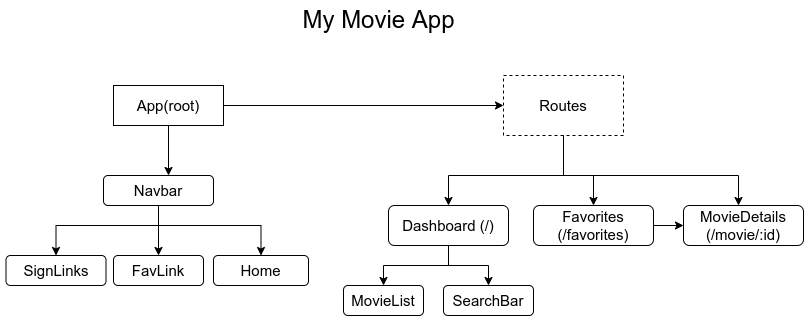
Earlier version of the draw.io export public/flowchart.png (lombana-camilo/fav-movies). Source tidied: cells renumbered, new cells last; positions are measured from the earlier drawing's top-left corner, leaving out a move shared by most shapes. Its diagram source:
```xml
<mxGraphModel>
  <root>
    <mxCell id="0" />
    <mxCell id="1" parent="0" />
    <mxCell id="2" value="&lt;font style=&quot;font-size: 24px;&quot;&gt;My Movie App&lt;/font&gt;" style="text;html=1;align=center;verticalAlign=middle;fillColor=none;strokeColor=none;rounded=0;fontSize=24;" parent="1" vertex="1">
      <mxGeometry x="288" width="170" height="30" as="geometry" />
    </mxCell>
    <mxCell id="3" style="edgeStyle=orthogonalEdgeStyle;rounded=0;jettySize=auto;html=1;fontSize=15;" parent="1" edge="1" source="5">
      <mxGeometry relative="1" as="geometry">
        <mxPoint x="163" y="170" as="targetPoint" />
      </mxGeometry>
    </mxCell>
    <mxCell id="4" style="edgeStyle=orthogonalEdgeStyle;rounded=0;jettySize=auto;html=1;entryX=0;entryY=0.5;entryDx=0;entryDy=0;fontSize=15;" parent="1" edge="1" source="5" target="16">
      <mxGeometry relative="1" as="geometry" />
    </mxCell>
    <mxCell id="5" value="App(root)" style="rounded=0;whiteSpace=wrap;html=1;fontSize=15;" parent="1" vertex="1">
      <mxGeometry x="108" y="80" width="110" height="40" as="geometry" />
    </mxCell>
    <mxCell id="6" style="edgeStyle=orthogonalEdgeStyle;rounded=0;jettySize=auto;html=1;fontSize=15;entryX=0.5;entryY=0;entryDx=0;entryDy=0;" parent="1" edge="1" source="9" target="12">
      <mxGeometry relative="1" as="geometry" />
    </mxCell>
    <mxCell id="7" style="edgeStyle=orthogonalEdgeStyle;rounded=0;jettySize=auto;html=1;entryX=0.5;entryY=0;entryDx=0;entryDy=0;fontSize=15;" parent="1" edge="1" source="9" target="11">
      <mxGeometry relative="1" as="geometry">
        <Array as="points">
          <mxPoint x="153" y="220" />
          <mxPoint x="256" y="220" />
        </Array>
      </mxGeometry>
    </mxCell>
    <mxCell id="8" style="edgeStyle=orthogonalEdgeStyle;rounded=0;jettySize=auto;html=1;entryX=0.5;entryY=0;entryDx=0;entryDy=0;fontSize=24;" parent="1" edge="1" source="9" target="10">
      <mxGeometry relative="1" as="geometry">
        <Array as="points">
          <mxPoint x="153" y="220" />
          <mxPoint x="51" y="220" />
        </Array>
      </mxGeometry>
    </mxCell>
    <mxCell id="9" value="Navbar" style="rounded=1;whiteSpace=wrap;html=1;fontSize=15;" parent="1" vertex="1">
      <mxGeometry x="98" y="170" width="110" height="30" as="geometry" />
    </mxCell>
    <mxCell id="10" value="SignLinks" style="rounded=1;whiteSpace=wrap;html=1;fontSize=15;" parent="1" vertex="1">
      <mxGeometry x="0.5" y="250" width="100" height="30" as="geometry" />
    </mxCell>
    <mxCell id="11" value="Home" style="rounded=1;whiteSpace=wrap;html=1;fontSize=15;" parent="1" vertex="1">
      <mxGeometry x="208" y="250" width="95" height="30" as="geometry" />
    </mxCell>
    <mxCell id="12" value="FavLink" style="rounded=1;whiteSpace=wrap;html=1;fontSize=15;" parent="1" vertex="1">
      <mxGeometry x="108" y="250" width="90" height="30" as="geometry" />
    </mxCell>
    <mxCell id="13" style="edgeStyle=orthogonalEdgeStyle;rounded=0;jettySize=auto;html=1;entryX=0.5;entryY=0;entryDx=0;entryDy=0;fontSize=15;" parent="1" edge="1" source="16" target="19">
      <mxGeometry relative="1" as="geometry">
        <Array as="points">
          <mxPoint x="558" y="170" />
          <mxPoint x="443" y="170" />
        </Array>
      </mxGeometry>
    </mxCell>
    <mxCell id="14" style="edgeStyle=orthogonalEdgeStyle;rounded=0;jettySize=auto;html=1;fontSize=15;" parent="1" edge="1" source="16" target="20">
      <mxGeometry relative="1" as="geometry">
        <Array as="points">
          <mxPoint x="558" y="170" />
          <mxPoint x="733" y="170" />
        </Array>
      </mxGeometry>
    </mxCell>
    <mxCell id="15" style="edgeStyle=orthogonalEdgeStyle;rounded=0;jettySize=auto;html=1;entryX=0.5;entryY=0;entryDx=0;entryDy=0;fontSize=24;" parent="1" edge="1" source="16" target="22">
      <mxGeometry relative="1" as="geometry">
        <Array as="points">
          <mxPoint x="558" y="170" />
          <mxPoint x="588" y="170" />
        </Array>
      </mxGeometry>
    </mxCell>
    <mxCell id="16" value="Routes" style="rounded=0;whiteSpace=wrap;html=1;fontSize=15;fillColor=none;dashed=1;" parent="1" vertex="1">
      <mxGeometry x="498" y="70" width="120" height="60" as="geometry" />
    </mxCell>
    <mxCell id="17" style="edgeStyle=orthogonalEdgeStyle;rounded=0;jettySize=auto;html=1;entryX=0.5;entryY=0;entryDx=0;entryDy=0;fontSize=15;" parent="1" edge="1" source="19" target="23">
      <mxGeometry relative="1" as="geometry" />
    </mxCell>
    <mxCell id="18" style="edgeStyle=orthogonalEdgeStyle;rounded=0;jettySize=auto;html=1;entryX=0.5;entryY=0;entryDx=0;entryDy=0;fontSize=15;" parent="1" edge="1" source="19" target="24">
      <mxGeometry relative="1" as="geometry" />
    </mxCell>
    <mxCell id="19" value="Dashboard (/)" style="rounded=1;whiteSpace=wrap;html=1;fontSize=15;" parent="1" vertex="1">
      <mxGeometry x="383" y="200" width="120" height="40" as="geometry" />
    </mxCell>
    <mxCell id="20" value="MovieDetails (/movie/:id)" style="rounded=1;whiteSpace=wrap;html=1;fontSize=15;" parent="1" vertex="1">
      <mxGeometry x="678" y="200" width="120" height="40" as="geometry" />
    </mxCell>
    <mxCell id="21" style="edgeStyle=orthogonalEdgeStyle;rounded=0;jettySize=auto;html=1;fontSize=15;" parent="1" edge="1" source="22" target="20">
      <mxGeometry relative="1" as="geometry" />
    </mxCell>
    <mxCell id="22" value="Favorites (/favorites)" style="rounded=1;whiteSpace=wrap;html=1;fontSize=15;" parent="1" vertex="1">
      <mxGeometry x="528" y="200" width="120" height="40" as="geometry" />
    </mxCell>
    <mxCell id="23" value="MovieList" style="rounded=1;whiteSpace=wrap;html=1;fontSize=15;" parent="1" vertex="1">
      <mxGeometry x="338" y="280" width="80" height="30" as="geometry" />
    </mxCell>
    <mxCell id="24" value="SearchBar" style="rounded=1;whiteSpace=wrap;html=1;fontSize=15;" parent="1" vertex="1">
      <mxGeometry x="438" y="280" width="90" height="30" as="geometry" />
    </mxCell>
  </root>
</mxGraphModel>
```
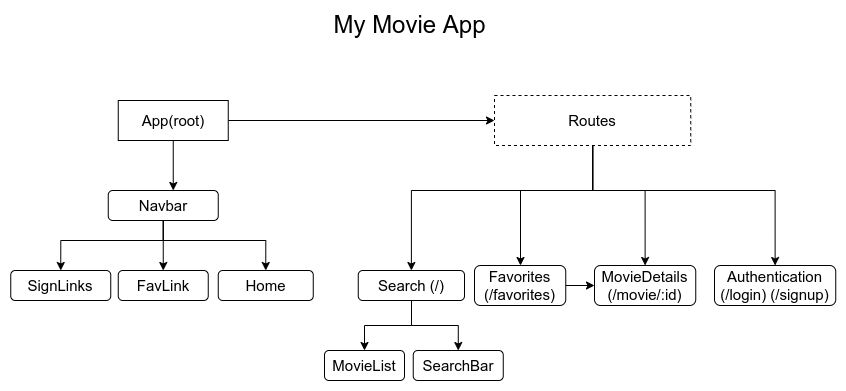
After the change.

Change to the diagram source:
```diff
@@ -7,14 +7,14 @@
     </mxCell>
     <mxCell id="3" style="edgeStyle=orthogonalEdgeStyle;rounded=0;jettySize=auto;html=1;fontSize=15;" parent="1" edge="1" source="5">
       <mxGeometry relative="1" as="geometry">
-        <mxPoint x="163" y="170" as="targetPoint" />
+        <mxPoint x="136.8" y="180" as="targetPoint" />
       </mxGeometry>
     </mxCell>
     <mxCell id="4" style="edgeStyle=orthogonalEdgeStyle;rounded=0;jettySize=auto;html=1;entryX=0;entryY=0.5;entryDx=0;entryDy=0;fontSize=15;" parent="1" edge="1" source="5" target="16">
       <mxGeometry relative="1" as="geometry" />
     </mxCell>
     <mxCell id="5" value="App(root)" style="rounded=0;whiteSpace=wrap;html=1;fontSize=15;" parent="1" vertex="1">
-      <mxGeometry x="108" y="80" width="110" height="40" as="geometry" />
+      <mxGeometry x="81.8" y="90" width="110" height="40" as="geometry" />
     </mxCell>
     <mxCell id="6" style="edgeStyle=orthogonalEdgeStyle;rounded=0;jettySize=auto;html=1;fontSize=15;entryX=0.5;entryY=0;entryDx=0;entryDy=0;" parent="1" edge="1" source="9" target="12">
       <mxGeometry relative="1" as="geometry" />
@@ -22,57 +22,65 @@
     <mxCell id="7" style="edgeStyle=orthogonalEdgeStyle;rounded=0;jettySize=auto;html=1;entryX=0.5;entryY=0;entryDx=0;entryDy=0;fontSize=15;" parent="1" edge="1" source="9" target="11">
       <mxGeometry relative="1" as="geometry">
         <Array as="points">
-          <mxPoint x="153" y="220" />
-          <mxPoint x="256" y="220" />
+          <mxPoint x="126.8" y="230" />
+          <mxPoint x="229.8" y="230" />
         </Array>
       </mxGeometry>
     </mxCell>
     <mxCell id="8" style="edgeStyle=orthogonalEdgeStyle;rounded=0;jettySize=auto;html=1;entryX=0.5;entryY=0;entryDx=0;entryDy=0;fontSize=24;" parent="1" edge="1" source="9" target="10">
       <mxGeometry relative="1" as="geometry">
         <Array as="points">
-          <mxPoint x="153" y="220" />
-          <mxPoint x="51" y="220" />
+          <mxPoint x="126.8" y="230" />
+          <mxPoint x="24.8" y="230" />
         </Array>
       </mxGeometry>
     </mxCell>
     <mxCell id="9" value="Navbar" style="rounded=1;whiteSpace=wrap;html=1;fontSize=15;" parent="1" vertex="1">
-      <mxGeometry x="98" y="170" width="110" height="30" as="geometry" />
+      <mxGeometry x="71.8" y="180" width="110" height="30" as="geometry" />
     </mxCell>
     <mxCell id="10" value="SignLinks" style="rounded=1;whiteSpace=wrap;html=1;fontSize=15;" parent="1" vertex="1">
-      <mxGeometry x="0.5" y="250" width="100" height="30" as="geometry" />
+      <mxGeometry x="-25.8" y="260" width="100" height="30" as="geometry" />
     </mxCell>
     <mxCell id="11" value="Home" style="rounded=1;whiteSpace=wrap;html=1;fontSize=15;" parent="1" vertex="1">
-      <mxGeometry x="208" y="250" width="95" height="30" as="geometry" />
+      <mxGeometry x="181.8" y="260" width="95" height="30" as="geometry" />
     </mxCell>
     <mxCell id="12" value="FavLink" style="rounded=1;whiteSpace=wrap;html=1;fontSize=15;" parent="1" vertex="1">
-      <mxGeometry x="108" y="250" width="90" height="30" as="geometry" />
+      <mxGeometry x="81.8" y="260" width="90" height="30" as="geometry" />
     </mxCell>
-    <mxCell id="13" style="edgeStyle=orthogonalEdgeStyle;rounded=0;jettySize=auto;html=1;entryX=0.5;entryY=0;entryDx=0;entryDy=0;fontSize=15;" parent="1" edge="1" source="16" target="19">
+    <mxCell id="13" style="edgeStyle=orthogonalEdgeStyle;rounded=0;jettySize=auto;html=1;entryX=0.5;entryY=0;entryDx=0;entryDy=0;" parent="1" edge="1" source="16" target="19">
       <mxGeometry relative="1" as="geometry">
         <Array as="points">
-          <mxPoint x="558" y="170" />
-          <mxPoint x="443" y="170" />
+          <mxPoint x="556" y="180" />
+          <mxPoint x="375" y="180" />
         </Array>
       </mxGeometry>
     </mxCell>
+    <mxCell id="15" style="edgeStyle=orthogonalEdgeStyle;rounded=0;jettySize=auto;html=1;" parent="1" edge="1" source="16" target="22">
+      <mxGeometry relative="1" as="geometry">
+        <Array as="points">
+          <mxPoint x="556" y="180" />
+          <mxPoint x="484" y="180" />
+        </Array>
+      </mxGeometry>
+    </mxCell>
-    <mxCell id="14" style="edgeStyle=orthogonalEdgeStyle;rounded=0;jettySize=auto;html=1;fontSize=15;" parent="1" edge="1" source="16" target="20">
+    <mxCell id="14" style="edgeStyle=orthogonalEdgeStyle;rounded=0;jettySize=auto;html=1;entryX=0.5;entryY=0;entryDx=0;entryDy=0;" parent="1" edge="1" source="16" target="20">
       <mxGeometry relative="1" as="geometry">
         <Array as="points">
-          <mxPoint x="558" y="170" />
-          <mxPoint x="733" y="170" />
+          <mxPoint x="556" y="180" />
+          <mxPoint x="609" y="180" />
         </Array>
       </mxGeometry>
     </mxCell>
-    <mxCell id="15" style="edgeStyle=orthogonalEdgeStyle;rounded=0;jettySize=auto;html=1;entryX=0.5;entryY=0;entryDx=0;entryDy=0;fontSize=24;" parent="1" edge="1" source="16" target="22">
-      <mxGeometry relative="1" as="geometry">
-        <Array as="points">
-          <mxPoint x="558" y="170" />
-          <mxPoint x="588" y="170" />
-        </Array>
-      </mxGeometry>
-    </mxCell>
+    <mxCell id="25" style="edgeStyle=orthogonalEdgeStyle;rounded=0;jettySize=auto;html=1;entryX=0.5;entryY=0;entryDx=0;entryDy=0;" parent="1" edge="1" source="16" target="26">
+      <mxGeometry relative="1" as="geometry">
+        <Array as="points">
+          <mxPoint x="556" y="180" />
+          <mxPoint x="739" y="180" />
+        </Array>
+      </mxGeometry>
+    </mxCell>
     <mxCell id="16" value="Routes" style="rounded=0;whiteSpace=wrap;html=1;fontSize=15;fillColor=none;dashed=1;" parent="1" vertex="1">
-      <mxGeometry x="498" y="70" width="120" height="60" as="geometry" />
+      <mxGeometry x="458" y="85" width="196.2" height="50" as="geometry" />
     </mxCell>
     <mxCell id="17" style="edgeStyle=orthogonalEdgeStyle;rounded=0;jettySize=auto;html=1;entryX=0.5;entryY=0;entryDx=0;entryDy=0;fontSize=15;" parent="1" edge="1" source="19" target="23">
       <mxGeometry relative="1" as="geometry" />
@@ -80,23 +88,26 @@
     <mxCell id="18" style="edgeStyle=orthogonalEdgeStyle;rounded=0;jettySize=auto;html=1;entryX=0.5;entryY=0;entryDx=0;entryDy=0;fontSize=15;" parent="1" edge="1" source="19" target="24">
       <mxGeometry relative="1" as="geometry" />
     </mxCell>
-    <mxCell id="19" value="Dashboard (/)" style="rounded=1;whiteSpace=wrap;html=1;fontSize=15;" parent="1" vertex="1">
-      <mxGeometry x="383" y="200" width="120" height="40" as="geometry" />
+    <mxCell id="19" value="Search (/)" style="rounded=1;whiteSpace=wrap;html=1;fontSize=15;" parent="1" vertex="1">
+      <mxGeometry x="321.8" y="260" width="106.2" height="30" as="geometry" />
     </mxCell>
     <mxCell id="20" value="MovieDetails (/movie/:id)" style="rounded=1;whiteSpace=wrap;html=1;fontSize=15;" parent="1" vertex="1">
-      <mxGeometry x="678" y="200" width="120" height="40" as="geometry" />
+      <mxGeometry x="558" y="255" width="101.2" height="40" as="geometry" />
     </mxCell>
     <mxCell id="21" style="edgeStyle=orthogonalEdgeStyle;rounded=0;jettySize=auto;html=1;fontSize=15;" parent="1" edge="1" source="22" target="20">
       <mxGeometry relative="1" as="geometry" />
     </mxCell>
     <mxCell id="22" value="Favorites (/favorites)" style="rounded=1;whiteSpace=wrap;html=1;fontSize=15;" parent="1" vertex="1">
-      <mxGeometry x="528" y="200" width="120" height="40" as="geometry" />
+      <mxGeometry x="438" y="255" width="91.2" height="40" as="geometry" />
     </mxCell>
     <mxCell id="23" value="MovieList" style="rounded=1;whiteSpace=wrap;html=1;fontSize=15;" parent="1" vertex="1">
-      <mxGeometry x="338" y="280" width="80" height="30" as="geometry" />
+      <mxGeometry x="288" y="340" width="80" height="30" as="geometry" />
     </mxCell>
     <mxCell id="24" value="SearchBar" style="rounded=1;whiteSpace=wrap;html=1;fontSize=15;" parent="1" vertex="1">
-      <mxGeometry x="438" y="280" width="90" height="30" as="geometry" />
+      <mxGeometry x="376.8" y="340" width="90" height="30" as="geometry" />
     </mxCell>
+    <mxCell id="26" value="Authentication&lt;br&gt;(/login) (/signup)" style="rounded=1;whiteSpace=wrap;html=1;fontSize=15;" parent="1" vertex="1">
+      <mxGeometry x="678" y="255" width="121.2" height="40" as="geometry" />
+    </mxCell>
   </root>
 </mxGraphModel>
```
